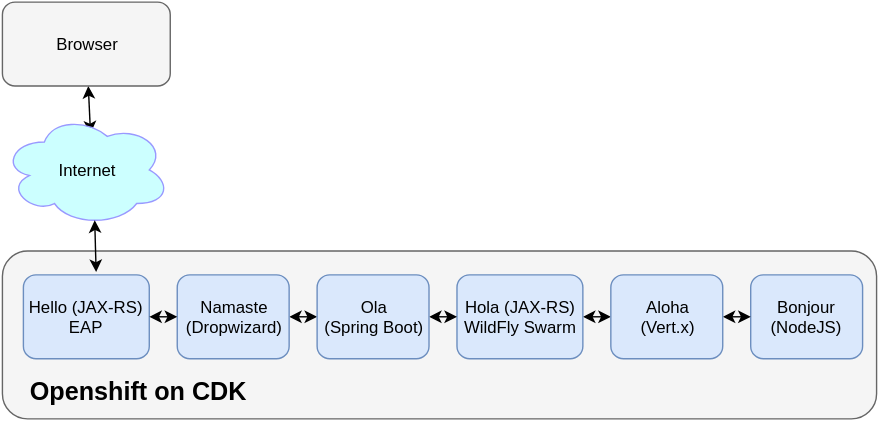
redhat-helloworld-msa/frontend keeps this draw.io diagram as images/service-chaining.svg. Above is the earlier version. Source tidied: cells renumbered, new cells last; positions are measured from the earlier drawing's top-left corner, leaving out a move shared by most shapes.
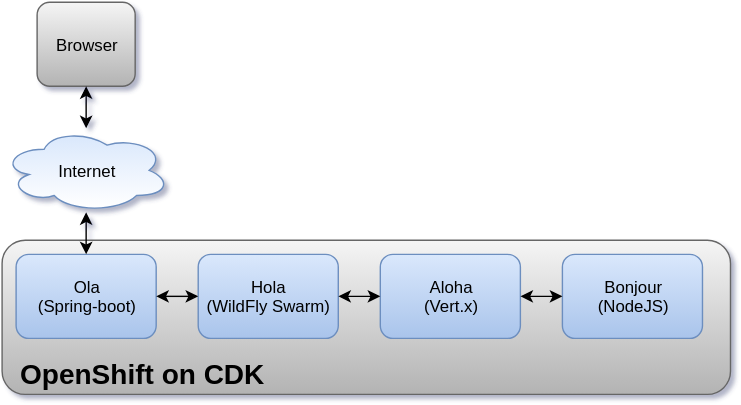
The same file after the commit.

Commit message:
Removed Hello and Namaste

Diff of the diagram source:
```diff
@@ -2,56 +2,44 @@
   <root>
     <mxCell id="0" />
     <mxCell id="1" parent="0" />
-    <mxCell id="2" style="edgeStyle=none;rounded=0;html=1;startArrow=classic;startFill=1;jettySize=auto;entryX=0.522;entryY=0.171;entryPerimeter=0;" parent="1" edge="1" source="3" target="4">
-      <mxGeometry x="165" y="889" as="geometry" />
+    <mxCell id="2" style="rounded=1;whiteSpace=wrap;html=1;plain-gray;" parent="1" vertex="1">
+      <mxGeometry x="-15" y="-299" width="520" height="110" as="geometry" />
     </mxCell>
-    <mxCell id="3" value="Browser" style="rounded=1;whiteSpace=wrap;html=1;plain-gray;gradientColor=none;" parent="1" vertex="1">
-      <mxGeometry width="120" height="60" as="geometry" />
+    <mxCell id="3" value="Browser" style="rounded=1;whiteSpace=wrap;html=1;plain-gray;" parent="1" vertex="1">
+      <mxGeometry x="10" y="-469" width="70" height="60" as="geometry" />
     </mxCell>
-    <mxCell id="4" value="Internet" style="ellipse;shape=cloud;whiteSpace=wrap;html=1;plain-yellow;gradientColor=none;fillColor=#CCFFFF;strokeColor=#9999FF;" parent="1" vertex="1">
-      <mxGeometry y="80" width="120" height="80" as="geometry" />
+    <mxCell id="4" value="Internet" style="ellipse;shape=cloud;whiteSpace=wrap;html=1;plain-blue;gradientColor=#ffffff;" parent="1" vertex="1">
+      <mxGeometry x="-15" y="-379" width="120" height="60" as="geometry" />
     </mxCell>
-    <mxCell id="5" style="rounded=1;whiteSpace=wrap;html=1;plain-gray;gradientColor=none;" parent="1" vertex="1">
-      <mxGeometry y="178" width="625" height="120" as="geometry" />
+    <mxCell id="5" value="Ola&lt;div&gt;(Spring-boot)&lt;/div&gt;" style="rounded=1;whiteSpace=wrap;html=1;plain-blue;gradientColor=#A9C4EB;" parent="1" vertex="1">
+      <mxGeometry x="-5" y="-289" width="100" height="60" as="geometry" />
     </mxCell>
-    <mxCell id="6" value="Bonjour (NodeJS)" style="rounded=1;whiteSpace=wrap;html=1;plain-blue;gradientColor=none;" parent="1" vertex="1">
-      <mxGeometry x="535" y="195" width="80" height="60" as="geometry" />
+    <mxCell id="6" value="Hola&lt;div&gt;(WildFly Swarm)&lt;/div&gt;" style="rounded=1;whiteSpace=wrap;html=1;plain-blue;gradientColor=#A9C4EB;" parent="1" vertex="1">
+      <mxGeometry x="125" y="-289" width="100" height="60" as="geometry" />
     </mxCell>
-    <mxCell id="7" style="edgeStyle=none;rounded=0;html=1;exitX=1;exitY=0.5;entryX=0;entryY=0.5;startArrow=classic;startFill=1;jettySize=auto;" parent="1" edge="1" source="8" target="11">
-      <mxGeometry x="460" y="994" as="geometry" />
+    <mxCell id="7" value="Aloha&lt;div&gt;(Vert.x)&lt;/div&gt;" style="rounded=1;whiteSpace=wrap;html=1;plain-blue;gradientColor=#A9C4EB;" parent="1" vertex="1">
+      <mxGeometry x="255" y="-289" width="100" height="60" as="geometry" />
     </mxCell>
-    <mxCell id="8" value="Hola (JAX-RS)&lt;div&gt;WildFly Swarm&lt;/div&gt;" style="rounded=1;whiteSpace=wrap;html=1;plain-blue;gradientColor=none;" parent="1" vertex="1">
-      <mxGeometry x="325" y="195" width="90" height="60" as="geometry" />
+    <mxCell id="8" value="Bonjour&lt;div&gt;(NodeJS)&lt;/div&gt;" style="rounded=1;whiteSpace=wrap;html=1;plain-blue;gradientColor=#A9C4EB;" parent="1" vertex="1">
+      <mxGeometry x="385" y="-289" width="100" height="60" as="geometry" />
     </mxCell>
-    <mxCell id="9" value="Hello (JAX-RS)&lt;div&gt;EAP&lt;/div&gt;" style="rounded=1;whiteSpace=wrap;html=1;plain-blue;gradientColor=none;" parent="1" vertex="1">
-      <mxGeometry x="15" y="195" width="90" height="60" as="geometry" />
+    <mxCell id="9" style="edgeStyle=orthogonalEdgeStyle;rounded=0;html=1;exitX=1;exitY=0.5;entryX=0;entryY=0.5;jettySize=auto;startArrow=classic;startFill=1;" parent="1" edge="1" source="5" target="6">
+      <mxGeometry x="140" y="510" as="geometry" />
     </mxCell>
-    <mxCell id="10" style="edgeStyle=none;rounded=0;html=1;exitX=1;exitY=0.5;entryX=0;entryY=0.5;startArrow=classic;startFill=1;jettySize=auto;" parent="1" edge="1" source="11" target="6">
-      <mxGeometry x="560" y="994" as="geometry" />
+    <mxCell id="10" style="edgeStyle=orthogonalEdgeStyle;rounded=0;html=1;exitX=1;exitY=0.5;startArrow=classic;startFill=1;jettySize=auto;" parent="1" edge="1" source="6" target="7">
+      <mxGeometry x="270" y="510" as="geometry" />
     </mxCell>
-    <mxCell id="11" value="Aloha&lt;div&gt;(Vert.x)&lt;/div&gt;" style="rounded=1;whiteSpace=wrap;html=1;plain-blue;gradientColor=none;" parent="1" vertex="1">
-      <mxGeometry x="435" y="195" width="80" height="60" as="geometry" />
+    <mxCell id="11" style="edgeStyle=orthogonalEdgeStyle;rounded=0;html=1;exitX=1;exitY=0.5;startArrow=classic;startFill=1;jettySize=auto;" parent="1" edge="1" source="7" target="8">
+      <mxGeometry x="400" y="510" as="geometry" />
     </mxCell>
-    <mxCell id="12" style="edgeStyle=none;rounded=0;html=1;exitX=1;exitY=0.5;startArrow=classic;startFill=1;jettySize=auto;" parent="1" edge="1" source="13" target="18">
-      <mxGeometry x="250" y="994" as="geometry" />
+    <mxCell id="12" style="edgeStyle=orthogonalEdgeStyle;rounded=0;html=1;exitX=0.5;exitY=0;startArrow=classic;startFill=1;jettySize=auto;" parent="1" edge="1" source="5" target="4">
+      <mxGeometry x="90" y="450" as="geometry" />
     </mxCell>
-    <mxCell id="13" value="Namaste&lt;div&gt;(Dropwizard)&lt;/div&gt;" style="rounded=1;whiteSpace=wrap;html=1;plain-blue;gradientColor=none;" parent="1" vertex="1">
-      <mxGeometry x="125" y="195" width="80" height="60" as="geometry" />
+    <mxCell id="13" value="&lt;div style=&quot;text-align: left&quot;&gt;&lt;span style=&quot;font-size: 20px ; line-height: 1.2&quot;&gt;&lt;b&gt;OpenShift on CDK&lt;/b&gt;&lt;/span&gt;&lt;/div&gt;" style="text;html=1;strokeColor=none;fillColor=none;align=center;verticalAlign=middle;whiteSpace=wrap;overflow=hidden;" parent="1" vertex="1">
+      <mxGeometry x="-5" y="-219" width="180" height="30" as="geometry" />
     </mxCell>
-    <mxCell id="14" value="&lt;b&gt;&lt;font style=&quot;font-size: 18px&quot;&gt;Openshift on CDK&lt;/font&gt;&lt;/b&gt;" style="text;html=1;align=left;verticalAlign=top;spacingTop=-4;" parent="1" vertex="1">
-      <mxGeometry x="20" y="268" width="170" height="20" as="geometry" />
+    <mxCell id="14" style="edgeStyle=orthogonalEdgeStyle;rounded=0;html=1;exitX=0.5;exitY=1;startArrow=classic;startFill=1;jettySize=auto;" parent="1" edge="1" source="3" target="4">
+      <mxGeometry x="90" y="360" as="geometry" />
     </mxCell>
-    <mxCell id="15" style="edgeStyle=none;rounded=0;html=1;exitX=1;exitY=0.5;entryX=0;entryY=0.5;startArrow=classic;startFill=1;jettySize=auto;" parent="1" edge="1" source="9" target="13">
-      <mxGeometry x="150" y="994" as="geometry" />
-    </mxCell>
-    <mxCell id="16" style="edgeStyle=none;rounded=0;html=1;exitX=0.55;exitY=0.95;exitPerimeter=0;entryX=0.578;entryY=-0.033;startArrow=classic;startFill=1;jettySize=auto;entryPerimeter=0;" parent="1" edge="1" source="4" target="9">
-      <mxGeometry x="111" y="925" as="geometry" />
-    </mxCell>
-    <mxCell id="17" style="edgeStyle=none;rounded=0;html=1;exitX=1;exitY=0.5;entryX=0;entryY=0.5;startArrow=classic;startFill=1;jettySize=auto;" parent="1" edge="1" source="18" target="8">
-      <mxGeometry x="350" y="994" as="geometry" />
-    </mxCell>
-    <mxCell id="18" value="Ola&lt;div&gt;(Spring Boot)&lt;/div&gt;" style="rounded=1;whiteSpace=wrap;html=1;plain-blue;gradientColor=none;" parent="1" vertex="1">
-      <mxGeometry x="225" y="195" width="80" height="60" as="geometry" />
-    </mxCell>
   </root>
 </mxGraphModel>
```
